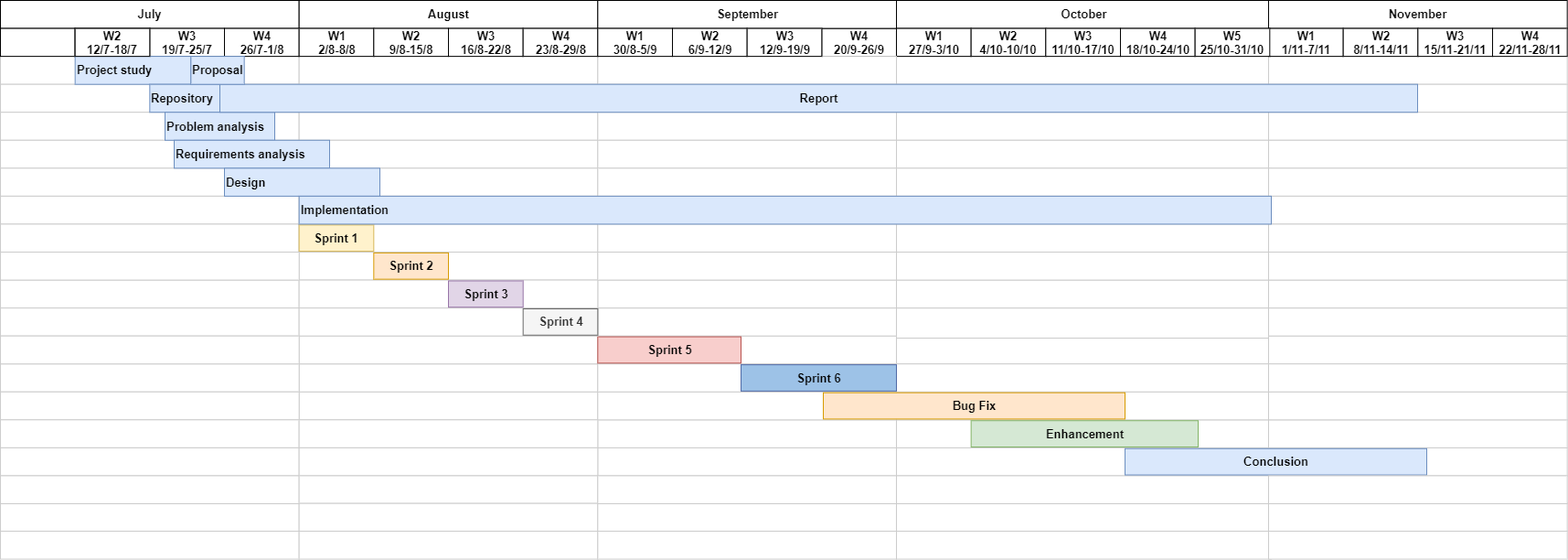
Above: DrawIo/GanttChartReal.png in Weather-Vortex/weather-vortex-Report (draw.io), before the change. Source tidied: cells renumbered, new cells last; positions are measured from the earlier drawing's top-left corner, leaving out a move shared by most shapes.
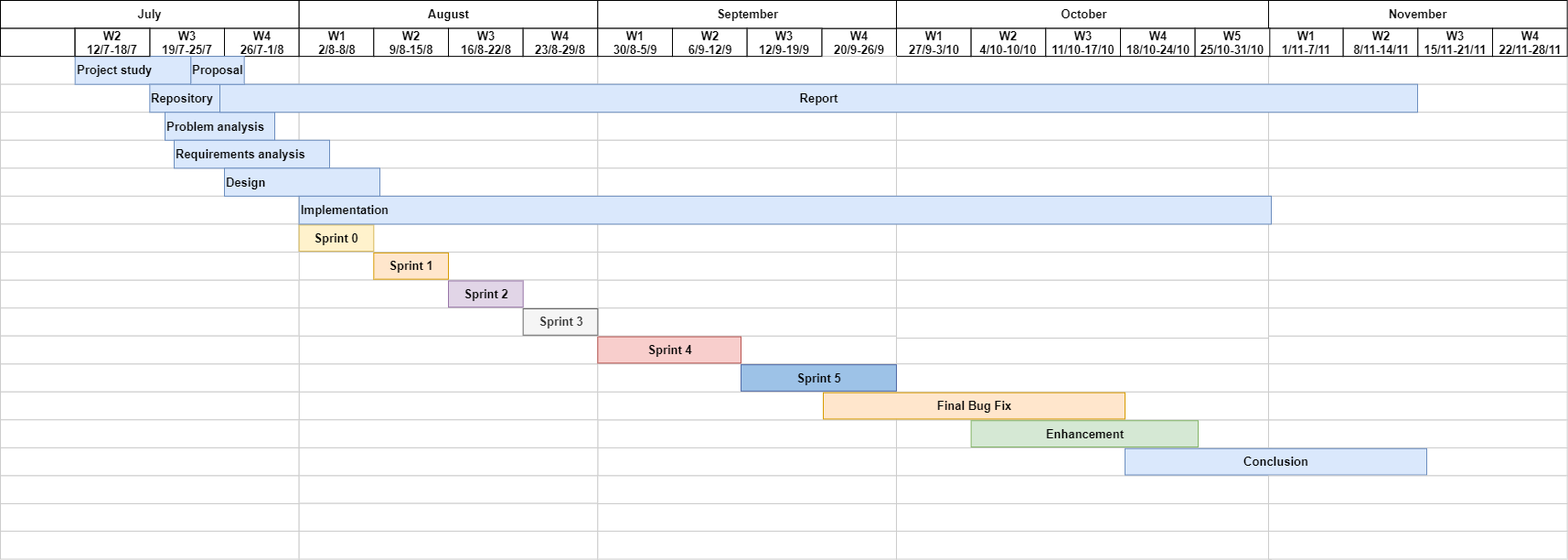
The same file after the commit.

The edit, as a diff of the source:
```diff
@@ -194,7 +194,7 @@
     <mxCell id="65" style="align=left;strokeColor=#CCCCCC;html=1;fontStyle=1;fontSize=13;" parent="1" vertex="1">
       <mxGeometry x="653.3" y="549.4" width="326.7" height="30.6" as="geometry" />
     </mxCell>
-    <mxCell id="66" value="Sprint 5" style="align=center;strokeColor=#b85450;html=1;fillColor=#f8cecc;fontStyle=1;fontSize=13;" parent="1" vertex="1">
+    <mxCell id="66" value="Sprint 4" style="align=center;strokeColor=#b85450;html=1;fillColor=#f8cecc;fontStyle=1;fontSize=13;" parent="1" vertex="1">
       <mxGeometry x="653.3" y="367.6" width="156.7" height="28.8" as="geometry" />
     </mxCell>
     <mxCell id="67" style="align=left;strokeColor=#CCCCCC;html=1;fontStyle=1;fontSize=13;" parent="1" vertex="1">
@@ -362,19 +362,19 @@
     <mxCell id="121" value="Requirements analysis" style="align=left;strokeColor=#6c8ebf;html=1;fillColor=#dae8fc;fontStyle=1;fontSize=13;" parent="1" vertex="1">
       <mxGeometry x="190" y="152.8" width="170" height="30.6" as="geometry" />
     </mxCell>
-    <mxCell id="122" value="Sprint 3" style="align=center;strokeColor=#9673a6;html=1;fillColor=#e1d5e7;fontStyle=1;fontSize=13;" parent="1" vertex="1">
+    <mxCell id="122" value="Sprint 2" style="align=center;strokeColor=#9673a6;html=1;fillColor=#e1d5e7;fontStyle=1;fontSize=13;" parent="1" vertex="1">
       <mxGeometry x="490" y="306.5" width="81.7" height="28.8" as="geometry" />
     </mxCell>
-    <mxCell id="123" value="Sprint 2" style="align=center;strokeColor=#d79b00;html=1;fillColor=#ffe6cc;fontStyle=1;fontSize=13;" parent="1" vertex="1">
+    <mxCell id="123" value="Sprint 1" style="align=center;strokeColor=#d79b00;html=1;fillColor=#ffe6cc;fontStyle=1;fontSize=13;" parent="1" vertex="1">
       <mxGeometry x="408.3" y="275.9" width="81.7" height="28.8" as="geometry" />
     </mxCell>
-    <mxCell id="124" value="Sprint 1" style="align=center;strokeColor=#d6b656;html=1;fillColor=#fff2cc;fontStyle=1;fontSize=13;" parent="1" vertex="1">
+    <mxCell id="124" value="Sprint 0" style="align=center;strokeColor=#d6b656;html=1;fillColor=#fff2cc;fontStyle=1;fontSize=13;" parent="1" vertex="1">
       <mxGeometry x="326.7" y="245.3" width="81.7" height="28.8" as="geometry" />
     </mxCell>
     <mxCell id="125" style="align=left;strokeColor=#CCCCCC;html=1;fontStyle=1;fontSize=13;" parent="1" vertex="1">
       <mxGeometry y="366.7" width="326.7" height="30.6" as="geometry" />
     </mxCell>
-    <mxCell id="126" value="Sprint 4" style="align=center;strokeColor=#666666;html=1;fillColor=#f5f5f5;fontColor=#333333;fontStyle=1;fontSize=13;" parent="1" vertex="1">
+    <mxCell id="126" value="Sprint 3" style="align=center;strokeColor=#666666;html=1;fillColor=#f5f5f5;fontColor=#333333;fontStyle=1;fontSize=13;" parent="1" vertex="1">
       <mxGeometry x="571.7" y="337" width="81.7" height="28.8" as="geometry" />
     </mxCell>
     <mxCell id="127" style="align=left;strokeColor=#CCCCCC;html=1;fontStyle=1;fontSize=13;" parent="1" vertex="1">
@@ -398,10 +398,10 @@
     <mxCell id="133" value="Implementation" style="align=left;strokeColor=#6c8ebf;html=1;fillColor=#dae8fc;fontStyle=1;fontSize=13;" parent="1" vertex="1">
       <mxGeometry x="326.7" y="213.9" width="1063.3" height="30.6" as="geometry" />
     </mxCell>
-    <mxCell id="134" value="Bug Fix" style="align=center;strokeColor=#d79b00;html=1;fillColor=#ffe6cc;fontStyle=1;fontSize=13;" parent="1" vertex="1">
+    <mxCell id="134" value="Final Bug Fix" style="align=center;strokeColor=#d79b00;html=1;fillColor=#ffe6cc;fontStyle=1;fontSize=13;" parent="1" vertex="1">
       <mxGeometry x="900" y="428.7" width="330" height="28.8" as="geometry" />
     </mxCell>
-    <mxCell id="135" value="Sprint 6" style="align=center;strokeColor=#506AA6;html=1;fillColor=#9DC2E7;fontStyle=1;fontSize=13;" parent="1" vertex="1">
+    <mxCell id="135" value="Sprint 5" style="align=center;strokeColor=#506AA6;html=1;fillColor=#9DC2E7;fontStyle=1;fontSize=13;" parent="1" vertex="1">
       <mxGeometry x="810" y="398.1" width="170" height="28.8" as="geometry" />
     </mxCell>
   </root>
```
